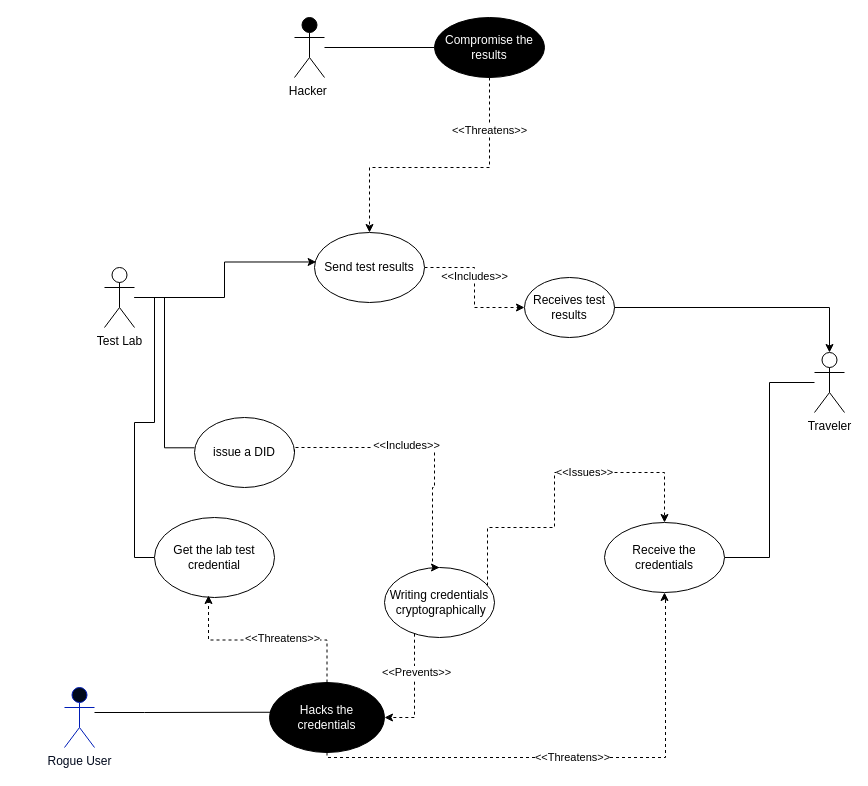
Above: Untitled Diagram.drawio in danielmulangu/Equation (draw.io), before the change. Source tidied: cells renumbered, new cells numbered last; positions are measured from the earlier drawing's top-left corner, leaving out a move shared by most shapes. Both pictures are drawn from the tidied source at 100%, with x=0, y=0 at pixel (64, 17).
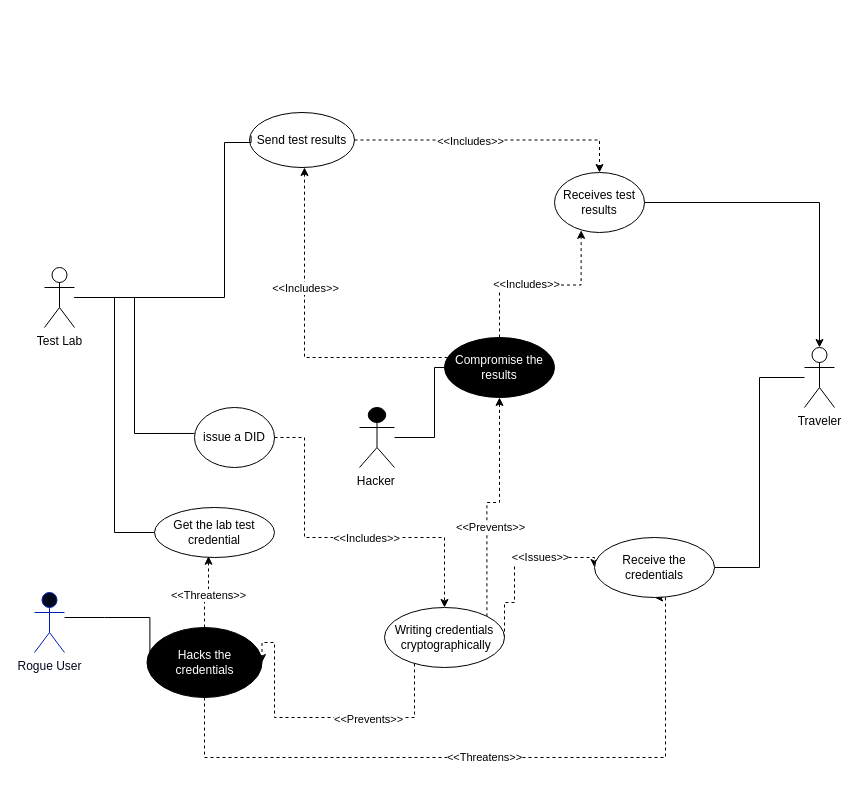
The same diagram, later.

The edit, as a diff of the source:
```diff
@@
     <mxCell id="3" value="Test Lab" style="shape=umlActor;verticalLabelPosition=bottom;verticalAlign=top;html=1;outlineConnect=0;" parent="1" vertex="1">
-      <mxGeometry x="40" y="250" width="30" height="60" as="geometry" />
+      <mxGeometry x="-20" y="250" width="30" height="60" as="geometry" />
     </mxCell>
     <mxCell id="4" value="issue a DID" style="ellipse;whiteSpace=wrap;html=1;" parent="1" vertex="1">
-      <mxGeometry x="130" y="400" width="100" height="70" as="geometry" />
+      <mxGeometry x="130" y="390" width="80" height="60" as="geometry" />
     </mxCell>
@@
     <mxCell id="6" value="Traveler" style="shape=umlActor;verticalLabelPosition=bottom;verticalAlign=top;html=1;outlineConnect=0;" parent="1" vertex="1">
-      <mxGeometry x="750" y="335" width="30" height="60" as="geometry" />
+      <mxGeometry x="740" y="330" width="30" height="60" as="geometry" />
     </mxCell>
-    <mxCell id="7" style="edgeStyle=orthogonalEdgeStyle;rounded=0;jettySize=auto;html=1;entryX=1;entryY=0.5;entryDx=0;entryDy=0;dashed=1;" parent="1" edge="1" source="11" target="20">
+    <mxCell id="7" style="edgeStyle=orthogonalEdgeStyle;rounded=0;jettySize=auto;html=1;dashed=1;entryX=1;entryY=0.5;entryDx=0;entryDy=0;" parent="1" edge="1" source="11" target="20">
       <mxGeometry relative="1" as="geometry">
         <Array as="points">
           <mxPoint x="350" y="700" />
+          <mxPoint x="210" y="700" />
+          <mxPoint x="210" y="625" />
         </Array>
       </mxGeometry>
     </mxCell>
@@
-    <mxCell id="9" style="edgeStyle=orthogonalEdgeStyle;rounded=0;jettySize=auto;html=1;dashed=1;exitX=1;exitY=0.5;exitDx=0;exitDy=0;entryX=0.5;entryY=0;entryDx=0;entryDy=0;" parent="1" edge="1" source="11" target="23">
+    <mxCell id="9" style="edgeStyle=orthogonalEdgeStyle;rounded=0;jettySize=auto;html=1;dashed=1;exitX=1;exitY=0.5;exitDx=0;exitDy=0;entryX=0;entryY=0.5;entryDx=0;entryDy=0;" parent="1" edge="1" source="11" target="23">
       <mxGeometry relative="1" as="geometry">
         <Array as="points">
-          <mxPoint x="423" y="510" />
-          <mxPoint x="490" y="510" />
-          <mxPoint x="490" y="455" />
-          <mxPoint x="600" y="455" />
+          <mxPoint x="450" y="585" />
+          <mxPoint x="450" y="540" />
         </Array>
       </mxGeometry>
     </mxCell>
@@
+    <mxCell id="35" style="edgeStyle=orthogonalEdgeStyle;rounded=0;jettySize=auto;html=1;exitX=1;exitY=0;exitDx=0;exitDy=0;entryX=0.5;entryY=1;entryDx=0;entryDy=0;dashed=1;" parent="1" edge="1" source="11" target="33">
+      <mxGeometry relative="1" as="geometry" />
+    </mxCell>
+    <mxCell id="36" value="&amp;lt;&amp;lt;Prevents&amp;gt;&amp;gt;" style="edgeLabel;html=1;align=center;verticalAlign=middle;" parent="35" vertex="1">
+      <mxGeometry x="-0.12" y="-3" relative="1" as="geometry">
+        <mxPoint y="13" as="offset" />
+      </mxGeometry>
+    </mxCell>
     <mxCell id="11" value="Writing credentials &amp;nbsp;cryptographically" style="ellipse;whiteSpace=wrap;html=1;" parent="1" vertex="1">
-      <mxGeometry x="320" y="550" width="110" height="70" as="geometry" />
+      <mxGeometry x="320" y="590" width="120" height="60" as="geometry" />
     </mxCell>
     <mxCell id="12" value="Get the lab test credential" style="ellipse;whiteSpace=wrap;html=1;" parent="1" vertex="1">
-      <mxGeometry x="90" y="500" width="120" height="80" as="geometry" />
+      <mxGeometry x="90" y="490" width="120" height="50" as="geometry" />
     </mxCell>
     <mxCell id="13" value="Receives test results" style="ellipse;whiteSpace=wrap;html=1;" parent="1" vertex="1">
-      <mxGeometry x="460" y="260" width="90" height="60" as="geometry" />
+      <mxGeometry x="490" y="155" width="90" height="60" as="geometry" />
     </mxCell>
     <mxCell id="14" value="&lt;font color=&quot;#00091c&quot;&gt;Rogue User&lt;/font&gt;" style="shape=umlActor;verticalLabelPosition=bottom;verticalAlign=top;html=1;outlineConnect=0;fillColor=#00091C;fontColor=#ffffff;strokeColor=#001db7;" parent="1" vertex="1">
-      <mxGeometry y="670" width="30" height="60" as="geometry" />
+      <mxGeometry x="-30" y="575" width="30" height="60" as="geometry" />
     </mxCell>
     <mxCell id="15" style="edgeStyle=orthogonalEdgeStyle;rounded=0;jettySize=auto;html=1;entryX=0.025;entryY=0.425;entryDx=0;entryDy=0;entryPerimeter=0;endArrow=none;endFill=0;" parent="1" edge="1" source="14" target="20">
       <mxGeometry relative="1" as="geometry">
         <Array as="points">
-          <mxPoint x="80" y="695" />
-          <mxPoint x="80" y="695" />
+          <mxPoint x="40" y="600" />
+          <mxPoint x="40" y="600" />
         </Array>
       </mxGeometry>
     </mxCell>
     <mxCell id="16" style="edgeStyle=orthogonalEdgeStyle;rounded=0;jettySize=auto;html=1;entryX=0.5;entryY=0;entryDx=0;entryDy=0;dashed=1;exitX=1;exitY=0.5;exitDx=0;exitDy=0;" parent="1" edge="1" source="4" target="11">
       <mxGeometry relative="1" as="geometry">
         <Array as="points">
-          <mxPoint x="230" y="430" />
-          <mxPoint x="370" y="430" />
-          <mxPoint x="370" y="470" />
-          <mxPoint x="368" y="470" />
-          <mxPoint x="368" y="550" />
+          <mxPoint x="240" y="420" />
+          <mxPoint x="240" y="520" />
+          <mxPoint x="380" y="520" />
         </Array>
       </mxGeometry>
     </mxCell>
     <mxCell id="17" value="&amp;lt;&amp;lt;Includes&amp;gt;&amp;gt;" style="edgeLabel;html=1;align=center;verticalAlign=middle;" parent="16" vertex="1">
-      <mxGeometry x="-0.15" y="3" relative="1" as="geometry" />
+      <mxGeometry x="-0.15" y="3" relative="1" as="geometry">
+        <mxPoint x="46" y="3" as="offset" />
+      </mxGeometry>
     </mxCell>
@@
     <mxCell id="20" value="&lt;font color=&quot;#ffffff&quot;&gt;Hacks the credentials&lt;/font&gt;" style="ellipse;whiteSpace=wrap;html=1;fillColor=#000000;" parent="1" vertex="1">
-      <mxGeometry x="205" y="665" width="115" height="70" as="geometry" />
+      <mxGeometry x="82.5" y="610" width="115" height="70" as="geometry" />
     </mxCell>
@@
     <mxCell id="23" value="Receive the credentials" style="ellipse;whiteSpace=wrap;html=1;" parent="1" vertex="1">
-      <mxGeometry x="540" y="505" width="120" height="70" as="geometry" />
+      <mxGeometry x="530" y="520" width="120" height="60" as="geometry" />
     </mxCell>
@@
     <mxCell id="27" value="Send test results" style="ellipse;whiteSpace=wrap;html=1;" parent="1" vertex="1">
-      <mxGeometry x="250" y="215" width="110" height="70" as="geometry" />
+      <mxGeometry x="185" y="95" width="105" height="55" as="geometry" />
     </mxCell>
-    <mxCell id="28" style="edgeStyle=orthogonalEdgeStyle;rounded=0;jettySize=auto;html=1;entryX=0.015;entryY=0.421;entryDx=0;entryDy=0;entryPerimeter=0;" parent="1" edge="1" source="3" target="27">
-      <mxGeometry relative="1" as="geometry" />
+    <mxCell id="28" style="edgeStyle=orthogonalEdgeStyle;rounded=0;jettySize=auto;html=1;entryX=0.015;entryY=0.421;entryDx=0;entryDy=0;entryPerimeter=0;endArrow=none;endFill=0;" parent="1" edge="1" source="3" target="27">
+      <mxGeometry relative="1" as="geometry">
+        <Array as="points">
+          <mxPoint x="160" y="280" />
+          <mxPoint x="160" y="125" />
+        </Array>
+      </mxGeometry>
     </mxCell>
     <mxCell id="29" style="edgeStyle=orthogonalEdgeStyle;rounded=0;jettySize=auto;html=1;entryX=0;entryY=0.5;entryDx=0;entryDy=0;endArrow=none;endFill=0;" parent="1" edge="1" source="30" target="33">
-      <mxGeometry relative="1" as="geometry" />
+      <mxGeometry relative="1" as="geometry">
+        <Array as="points">
+          <mxPoint x="370" y="420" />
+          <mxPoint x="370" y="350" />
+        </Array>
+      </mxGeometry>
     </mxCell>
     <mxCell id="30" value="Hacker&amp;nbsp;" style="shape=umlActor;verticalLabelPosition=bottom;verticalAlign=top;html=1;outlineConnect=0;fillColor=#000000;" parent="1" vertex="1">
-      <mxGeometry x="230" width="30" height="60" as="geometry" />
+      <mxGeometry x="295" y="390" width="35" height="60" as="geometry" />
     </mxCell>
+    <mxCell id="34" style="edgeStyle=orthogonalEdgeStyle;rounded=0;jettySize=auto;html=1;entryX=0.5;entryY=0;entryDx=0;entryDy=0;entryPerimeter=0;" parent="1" edge="1" source="13" target="6">
+      <mxGeometry relative="1" as="geometry" />
+    </mxCell>
-    <mxCell id="31" style="edgeStyle=orthogonalEdgeStyle;rounded=0;jettySize=auto;html=1;exitX=0.5;exitY=1;exitDx=0;exitDy=0;entryX=0.5;entryY=0;entryDx=0;entryDy=0;dashed=1;" parent="1" edge="1" source="33" target="27">
+    <mxCell id="31" style="edgeStyle=orthogonalEdgeStyle;rounded=0;jettySize=auto;html=1;dashed=1;" parent="1" edge="1" source="33" target="27">
       <mxGeometry relative="1" as="geometry">
         <Array as="points">
-          <mxPoint x="425" y="150" />
-          <mxPoint x="305" y="150" />
+          <mxPoint x="240" y="340" />
         </Array>
       </mxGeometry>
     </mxCell>
-    <mxCell id="32" value="&amp;lt;&amp;lt;Threatens&amp;gt;&amp;gt;" style="edgeLabel;html=1;align=center;verticalAlign=middle;" parent="31" vertex="1">
-      <mxGeometry x="-0.62" y="-1" relative="1" as="geometry" />
-    </mxCell>
+    <mxCell id="37" value="&amp;lt;&amp;lt;Includes&amp;gt;&amp;gt;" style="edgeLabel;html=1;align=center;verticalAlign=middle;" parent="31" vertex="1">
+      <mxGeometry x="0.28" relative="1" as="geometry" />
+    </mxCell>
     <mxCell id="33" value="&lt;font color=&quot;#ffffff&quot;&gt;Compromise the results&lt;/font&gt;" style="ellipse;whiteSpace=wrap;html=1;fillColor=#000000;" parent="1" vertex="1">
-      <mxGeometry x="370" width="110" height="60" as="geometry" />
+      <mxGeometry x="380" y="320" width="110" height="60" as="geometry" />
     </mxCell>
-    <mxCell id="34" style="edgeStyle=orthogonalEdgeStyle;rounded=0;jettySize=auto;html=1;entryX=0.5;entryY=0;entryDx=0;entryDy=0;entryPerimeter=0;" parent="1" edge="1" source="13" target="6">
-      <mxGeometry relative="1" as="geometry" />
-    </mxCell>
+    <mxCell id="38" style="edgeStyle=orthogonalEdgeStyle;rounded=0;jettySize=auto;html=1;entryX=0.296;entryY=0.964;entryDx=0;entryDy=0;entryPerimeter=0;dashed=1;" parent="1" edge="1" source="33" target="13">
+      <mxGeometry relative="1" as="geometry" />
+    </mxCell>
+    <mxCell id="39" value="&amp;lt;&amp;lt;Includes&amp;gt;&amp;gt;" style="edgeLabel;html=1;align=center;verticalAlign=middle;" parent="38" vertex="1">
+      <mxGeometry x="-0.16" y="1" relative="1" as="geometry" />
+    </mxCell>
```
